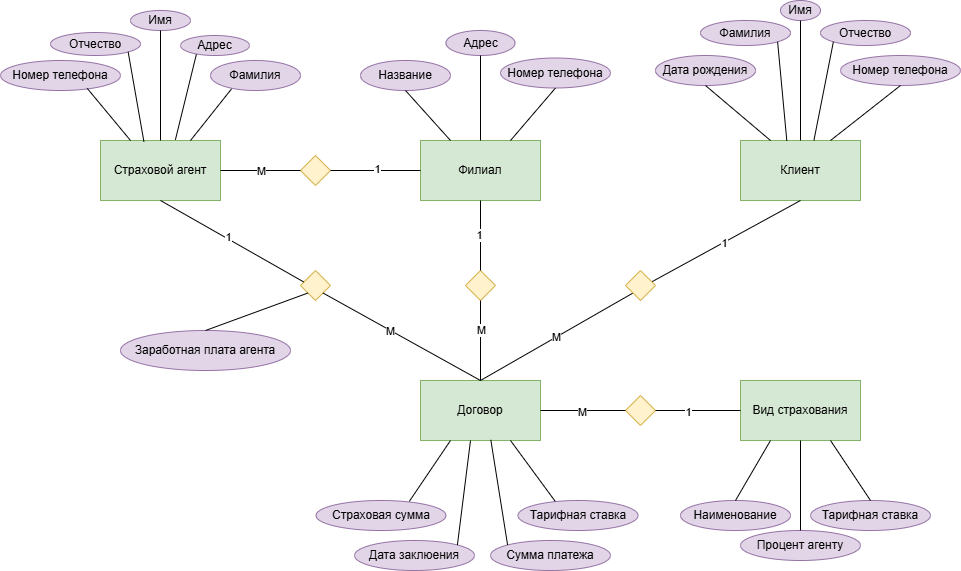
Earlier version of the draw.io export Инфологическая модель.png (Maria-Git2025/-2-). Source tidied: cells renumbered, new cells last; positions are measured from the earlier drawing's top-left corner, leaving out a move shared by most shapes.
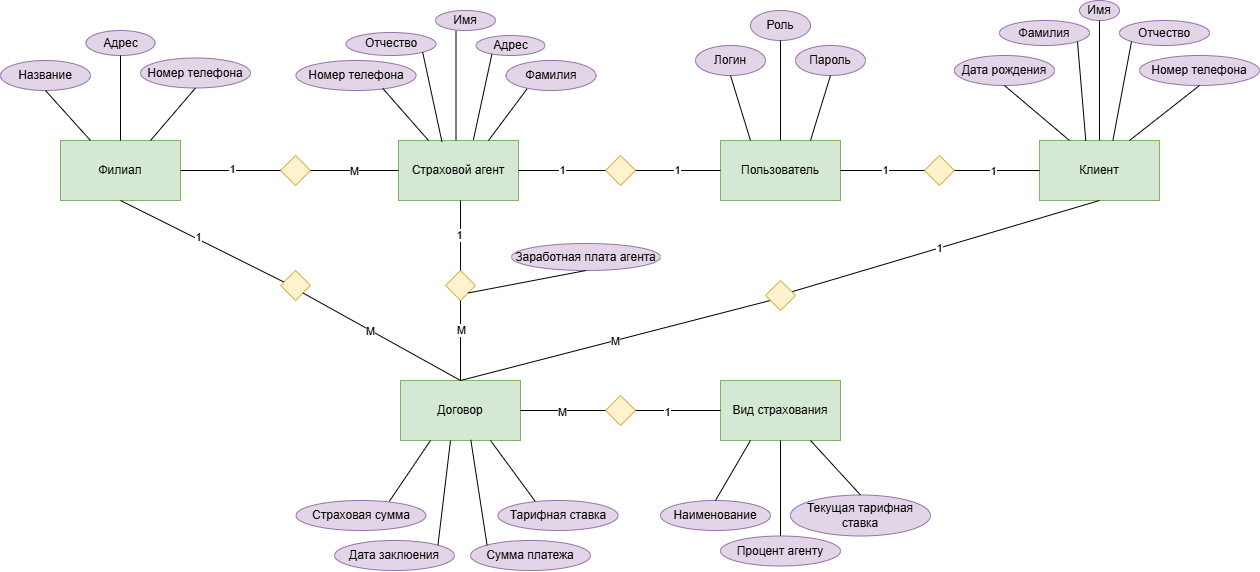
Later version of the same file.

Commit message:
В инфологическую модель добавлен пользователь

The edit, as a diff of the source:
```diff
@@ -3,56 +3,50 @@
     <mxCell id="0" />
     <mxCell id="1" parent="0" />
     <mxCell id="2" value="Филиал" style="rounded=0;whiteSpace=wrap;html=1;fillColor=#d5e8d4;strokeColor=#82b366;" parent="1" vertex="1">
-      <mxGeometry x="420" y="140" width="120" height="60" as="geometry" />
+      <mxGeometry x="-650" y="90" width="120" height="60" as="geometry" />
     </mxCell>
     <mxCell id="3" value="Договор" style="rounded=0;whiteSpace=wrap;html=1;fillColor=#d5e8d4;strokeColor=#82b366;" parent="1" vertex="1">
-      <mxGeometry x="420" y="380" width="120" height="60" as="geometry" />
+      <mxGeometry x="-310" y="330" width="120" height="60" as="geometry" />
     </mxCell>
     <mxCell id="4" value="Страховой агент" style="rounded=0;whiteSpace=wrap;html=1;fillColor=#d5e8d4;strokeColor=#82b366;" parent="1" vertex="1">
-      <mxGeometry x="100" y="140" width="120" height="60" as="geometry" />
+      <mxGeometry x="-312" y="90" width="120" height="60" as="geometry" />
     </mxCell>
     <mxCell id="5" value="Вид страхования" style="rounded=0;whiteSpace=wrap;html=1;fillColor=#d5e8d4;strokeColor=#82b366;" parent="1" vertex="1">
-      <mxGeometry x="740" y="380" width="120" height="60" as="geometry" />
+      <mxGeometry x="10" y="330" width="120" height="60" as="geometry" />
     </mxCell>
     <mxCell id="6" style="rhombus;whiteSpace=wrap;html=1;fillColor=#fff2cc;strokeColor=#d6b656;" parent="1" vertex="1">
-      <mxGeometry x="300" y="155" width="30" height="30" as="geometry" />
+      <mxGeometry x="-430" y="105" width="30" height="30" as="geometry" />
     </mxCell>
     <mxCell id="7" style="rhombus;whiteSpace=wrap;html=1;fillColor=#fff2cc;strokeColor=#d6b656;" parent="1" vertex="1">
-      <mxGeometry x="465" y="270" width="30" height="30" as="geometry" />
+      <mxGeometry x="-265" y="220" width="30" height="30" as="geometry" />
     </mxCell>
     <mxCell id="8" style="rhombus;whiteSpace=wrap;html=1;fillColor=#fff2cc;strokeColor=#d6b656;" parent="1" vertex="1">
-      <mxGeometry x="300" y="270" width="30" height="30" as="geometry" />
+      <mxGeometry x="-430" y="220" width="30" height="30" as="geometry" />
     </mxCell>
     <mxCell id="9" style="rhombus;whiteSpace=wrap;html=1;fillColor=#fff2cc;strokeColor=#d6b656;" parent="1" vertex="1">
-      <mxGeometry x="625" y="395" width="30" height="30" as="geometry" />
+      <mxGeometry x="-105" y="345" width="30" height="30" as="geometry" />
     </mxCell>
-    <mxCell id="10" style="endArrow=none;html=1;rounded=0;exitX=1;exitY=0.5;exitDx=0;exitDy=0;entryX=0;entryY=0.5;entryDx=0;entryDy=0;" parent="1" edge="1" source="12">
-      <mxGeometry relative="1" as="geometry">
-        <mxPoint x="780" y="169.5" as="targetPoint" />
-      </mxGeometry>
-    </mxCell>
-    <mxCell id="11" value="М" style="edgeLabel;html=1;align=center;verticalAlign=middle;" parent="10" vertex="1">
-      <mxGeometry x="0.04" y="2" relative="1" as="geometry">
-        <mxPoint y="1" as="offset" />
-      </mxGeometry>
-    </mxCell>
     <mxCell id="12" value="Клиент" style="rounded=0;whiteSpace=wrap;html=1;fillColor=#d5e8d4;strokeColor=#82b366;" parent="1" vertex="1">
-      <mxGeometry x="740" y="140" width="120" height="60" as="geometry" />
+      <mxGeometry x="329" y="90" width="120" height="60" as="geometry" />
     </mxCell>
-    <mxCell id="13" style="endArrow=none;html=1;rounded=0;exitX=1;exitY=0.5;exitDx=0;exitDy=0;entryX=0;entryY=0.5;entryDx=0;entryDy=0;" parent="1" edge="1" source="4" target="6">
+    <mxCell id="13" style="endArrow=none;html=1;rounded=0;exitX=0;exitY=0.5;exitDx=0;exitDy=0;entryX=1;entryY=0.5;entryDx=0;entryDy=0;" parent="1" edge="1" source="4" target="6">
       <mxGeometry relative="1" as="geometry" />
     </mxCell>
     <mxCell id="14" value="М" style="edgeLabel;html=1;align=center;verticalAlign=middle;" parent="13" vertex="1">
       <mxGeometry x="0.01" relative="1" as="geometry" />
     </mxCell>
-    <mxCell id="15" style="endArrow=none;html=1;rounded=0;exitX=1;exitY=0.5;exitDx=0;exitDy=0;entryX=0;entryY=0.5;entryDx=0;entryDy=0;" parent="1" edge="1" source="6" target="2">
-      <mxGeometry relative="1" as="geometry" />
+    <mxCell id="15" style="endArrow=none;html=1;rounded=0;exitX=1;exitY=0.5;exitDx=0;exitDy=0;" parent="1" edge="1" source="2">
+      <mxGeometry relative="1" as="geometry">
+        <mxPoint x="-430" y="120" as="targetPoint" />
+      </mxGeometry>
     </mxCell>
     <mxCell id="16" value="1" style="edgeLabel;html=1;align=center;verticalAlign=middle;" parent="15" vertex="1">
       <mxGeometry x="0.03" y="2" relative="1" as="geometry" />
     </mxCell>
-    <mxCell id="17" style="endArrow=none;html=1;rounded=0;entryX=0.5;entryY=1;entryDx=0;entryDy=0;exitX=0.5;exitY=0;exitDx=0;exitDy=0;" parent="1" edge="1" source="7" target="2">
-      <mxGeometry relative="1" as="geometry" />
+    <mxCell id="17" style="endArrow=none;html=1;rounded=0;exitX=0.5;exitY=0;exitDx=0;exitDy=0;" parent="1" edge="1" source="7">
+      <mxGeometry relative="1" as="geometry">
+        <mxPoint x="-250" y="150" as="targetPoint" />
+      </mxGeometry>
     </mxCell>
     <mxCell id="18" value="1" style="edgeLabel;html=1;align=center;verticalAlign=middle;" parent="17" vertex="1">
       <mxGeometry x="0.02" y="2" relative="1" as="geometry" />
@@ -65,7 +59,7 @@
         <mxPoint y="-12" as="offset" />
       </mxGeometry>
     </mxCell>
-    <mxCell id="21" style="endArrow=none;html=1;rounded=0;exitX=0.5;exitY=0;exitDx=0;exitDy=0;entryX=0;entryY=1;entryDx=0;entryDy=0;" parent="1" edge="1" source="3" target="26">
+    <mxCell id="21" style="endArrow=none;html=1;rounded=0;exitX=0.5;exitY=0;exitDx=0;exitDy=0;entryX=0.162;entryY=0.666;entryDx=0;entryDy=0;entryPerimeter=0;" parent="1" edge="1" source="3" target="26">
       <mxGeometry relative="1" as="geometry" />
     </mxCell>
     <mxCell id="22" value="М" style="edgeLabel;html=1;align=center;verticalAlign=middle;" parent="21" vertex="1">
@@ -79,13 +73,8 @@
     <mxCell id="24" value="1" style="edgeLabel;html=1;align=center;verticalAlign=middle;" parent="23" vertex="1">
       <mxGeometry x="-0.05" relative="1" as="geometry" />
     </mxCell>
-    <mxCell id="25" style="endArrow=none;html=1;rounded=0;entryX=0.5;entryY=1;entryDx=0;entryDy=0;" parent="1" edge="1" target="26">
-      <mxGeometry relative="1" as="geometry">
-        <mxPoint x="648" y="280" as="sourcePoint" />
-      </mxGeometry>
-    </mxCell>
     <mxCell id="26" style="rhombus;whiteSpace=wrap;html=1;fillColor=#fff2cc;strokeColor=#d6b656;" parent="1" vertex="1">
-      <mxGeometry x="625" y="270" width="30" height="30" as="geometry" />
+      <mxGeometry x="55" y="230" width="30" height="30" as="geometry" />
     </mxCell>
     <mxCell id="27" style="endArrow=none;html=1;rounded=0;entryX=1;entryY=1;entryDx=0;entryDy=0;exitX=0.5;exitY=0;exitDx=0;exitDy=0;" parent="1" edge="1" source="3" target="8">
       <mxGeometry relative="1" as="geometry" />
@@ -95,7 +84,7 @@
         <mxPoint x="-1" as="offset" />
       </mxGeometry>
     </mxCell>
-    <mxCell id="29" style="endArrow=none;html=1;rounded=0;entryX=0.5;entryY=1;entryDx=0;entryDy=0;exitX=0.104;exitY=0.38;exitDx=0;exitDy=0;exitPerimeter=0;" parent="1" edge="1" source="8" target="4">
+    <mxCell id="29" style="endArrow=none;html=1;rounded=0;entryX=0.5;entryY=1;entryDx=0;entryDy=0;exitX=0.104;exitY=0.38;exitDx=0;exitDy=0;exitPerimeter=0;" parent="1" edge="1" source="8" target="2">
       <mxGeometry relative="1" as="geometry" />
     </mxCell>
     <mxCell id="30" value="1" style="edgeLabel;html=1;align=center;verticalAlign=middle;" parent="29" vertex="1">
@@ -114,64 +103,61 @@
       <mxGeometry x="-0.26" y="-1" relative="1" as="geometry" />
     </mxCell>
     <mxCell id="35" value="Наименование" style="ellipse;whiteSpace=wrap;html=1;fillColor=#e1d5e7;strokeColor=#9673a6;" parent="1" vertex="1">
-      <mxGeometry x="680" y="500" width="110" height="30" as="geometry" />
+      <mxGeometry x="-50" y="450" width="110" height="30" as="geometry" />
     </mxCell>
     <mxCell id="36" value="Адрес" style="ellipse;whiteSpace=wrap;html=1;fillColor=#e1d5e7;strokeColor=#9673a6;" parent="1" vertex="1">
-      <mxGeometry x="445.5" y="30" width="69" height="25" as="geometry" />
+      <mxGeometry x="-624.5" y="-20" width="69" height="25" as="geometry" />
     </mxCell>
     <mxCell id="37" value="Номер телефона" style="ellipse;whiteSpace=wrap;html=1;fillColor=#e1d5e7;strokeColor=#9673a6;" parent="1" vertex="1">
-      <mxGeometry x="500" y="57.5" width="110" height="30" as="geometry" />
+      <mxGeometry x="-570" y="7.5" width="110" height="30" as="geometry" />
     </mxCell>
     <mxCell id="38" value="Фамилия" style="ellipse;whiteSpace=wrap;html=1;fillColor=#e1d5e7;strokeColor=#9673a6;" parent="1" vertex="1">
-      <mxGeometry x="700" y="20" width="90" height="25" as="geometry" />
+      <mxGeometry x="289" y="-30" width="90" height="25" as="geometry" />
     </mxCell>
     <mxCell id="39" value="Имя" style="ellipse;whiteSpace=wrap;html=1;fillColor=#e1d5e7;strokeColor=#9673a6;" parent="1" vertex="1">
-      <mxGeometry x="780" width="40" height="20" as="geometry" />
+      <mxGeometry x="369" y="-50" width="40" height="20" as="geometry" />
     </mxCell>
     <mxCell id="40" value="Отчество" style="ellipse;whiteSpace=wrap;html=1;fillColor=#e1d5e7;strokeColor=#9673a6;" parent="1" vertex="1">
-      <mxGeometry x="50" y="32" width="90" height="23" as="geometry" />
+      <mxGeometry x="-364.5" y="-18" width="90" height="23" as="geometry" />
     </mxCell>
     <mxCell id="41" value="Фамилия" style="ellipse;whiteSpace=wrap;html=1;fillColor=#e1d5e7;strokeColor=#9673a6;" parent="1" vertex="1">
-      <mxGeometry x="210" y="60" width="90" height="30" as="geometry" />
+      <mxGeometry x="-204.5" y="10" width="90" height="30" as="geometry" />
     </mxCell>
     <mxCell id="42" value="Имя" style="ellipse;whiteSpace=wrap;html=1;fillColor=#e1d5e7;strokeColor=#9673a6;" parent="1" vertex="1">
-      <mxGeometry x="130" y="10" width="60" height="20" as="geometry" />
+      <mxGeometry x="-275" y="-40" width="60" height="20" as="geometry" />
     </mxCell>
     <mxCell id="43" value="Отчество" style="ellipse;whiteSpace=wrap;html=1;fillColor=#e1d5e7;strokeColor=#9673a6;" parent="1" vertex="1">
-      <mxGeometry x="820" y="20" width="90" height="25" as="geometry" />
+      <mxGeometry x="409" y="-30" width="90" height="25" as="geometry" />
     </mxCell>
     <mxCell id="44" value="Дата рождения" style="ellipse;whiteSpace=wrap;html=1;fillColor=#e1d5e7;strokeColor=#9673a6;" parent="1" vertex="1">
-      <mxGeometry x="655" y="55" width="100" height="30" as="geometry" />
+      <mxGeometry x="244" y="5" width="100" height="30" as="geometry" />
     </mxCell>
     <mxCell id="45" value="Номер телефона" style="ellipse;whiteSpace=wrap;html=1;fillColor=#e1d5e7;strokeColor=#9673a6;" parent="1" vertex="1">
-      <mxGeometry y="60" width="120" height="30" as="geometry" />
+      <mxGeometry x="-414.5" y="10" width="120" height="30" as="geometry" />
     </mxCell>
     <mxCell id="46" value="Номер телефона" style="ellipse;whiteSpace=wrap;html=1;fillColor=#e1d5e7;strokeColor=#9673a6;" parent="1" vertex="1">
-      <mxGeometry x="840" y="55" width="120" height="30" as="geometry" />
+      <mxGeometry x="429" y="5" width="120" height="30" as="geometry" />
     </mxCell>
     <mxCell id="47" value="Адрес" style="ellipse;whiteSpace=wrap;html=1;fillColor=#e1d5e7;strokeColor=#9673a6;" parent="1" vertex="1">
-      <mxGeometry x="180" y="35" width="69" height="20" as="geometry" />
+      <mxGeometry x="-234.5" y="-15" width="69" height="20" as="geometry" />
     </mxCell>
     <mxCell id="48" value="Дата заклюения" style="ellipse;whiteSpace=wrap;html=1;fillColor=#e1d5e7;strokeColor=#9673a6;" parent="1" vertex="1">
-      <mxGeometry x="354" y="540" width="120" height="30" as="geometry" />
+      <mxGeometry x="-376" y="490" width="120" height="30" as="geometry" />
     </mxCell>
     <mxCell id="49" value="Страховая сумма" style="ellipse;whiteSpace=wrap;html=1;fillColor=#e1d5e7;strokeColor=#9673a6;" parent="1" vertex="1">
-      <mxGeometry x="315.5" y="500" width="130" height="30" as="geometry" />
+      <mxGeometry x="-414.5" y="450" width="130" height="30" as="geometry" />
     </mxCell>
-    <mxCell id="50" value="Тарифная ставка" style="ellipse;whiteSpace=wrap;html=1;fillColor=#e1d5e7;strokeColor=#9673a6;" parent="1" vertex="1">
-      <mxGeometry x="810" y="500" width="120" height="30" as="geometry" />
-    </mxCell>
     <mxCell id="51" value="Сумма платежа" style="ellipse;whiteSpace=wrap;html=1;fillColor=#e1d5e7;strokeColor=#9673a6;" parent="1" vertex="1">
-      <mxGeometry x="490" y="540" width="120" height="30" as="geometry" />
+      <mxGeometry x="-240" y="490" width="120" height="30" as="geometry" />
     </mxCell>
     <mxCell id="52" value="Название" style="ellipse;whiteSpace=wrap;html=1;fillColor=#e1d5e7;strokeColor=#9673a6;" parent="1" vertex="1">
-      <mxGeometry x="360" y="60" width="90" height="30" as="geometry" />
+      <mxGeometry x="-710" y="10" width="90" height="30" as="geometry" />
     </mxCell>
     <mxCell id="53" value="Тарифная ставка" style="ellipse;whiteSpace=wrap;html=1;fillColor=#e1d5e7;strokeColor=#9673a6;" parent="1" vertex="1">
-      <mxGeometry x="517.5" y="500" width="120" height="30" as="geometry" />
+      <mxGeometry x="-212.5" y="450" width="120" height="30" as="geometry" />
     </mxCell>
     <mxCell id="54" value="Процент агенту" style="ellipse;whiteSpace=wrap;html=1;fillColor=#e1d5e7;strokeColor=#9673a6;" parent="1" vertex="1">
-      <mxGeometry x="740" y="530" width="120" height="30" as="geometry" />
+      <mxGeometry x="10" y="485.5" width="120" height="30" as="geometry" />
     </mxCell>
     <mxCell id="55" style="endArrow=none;html=1;rounded=0;entryX=0.5;entryY=1;entryDx=0;entryDy=0;exitX=0.5;exitY=0;exitDx=0;exitDy=0;" parent="1" edge="1" source="2" target="36">
       <mxGeometry relative="1" as="geometry" />
@@ -197,9 +183,10 @@
     <mxCell id="62" style="endArrow=none;html=1;rounded=0;entryX=0.5;entryY=1;entryDx=0;entryDy=0;exitX=0.75;exitY=0;exitDx=0;exitDy=0;" parent="1" edge="1" source="12" target="46">
       <mxGeometry relative="1" as="geometry" />
     </mxCell>
-    <mxCell id="63" style="endArrow=none;html=1;rounded=0;entryX=0.5;entryY=1;entryDx=0;entryDy=0;" parent="1" edge="1" target="42">
+    <mxCell id="63" style="endArrow=none;html=1;rounded=0;entryX=0.5;entryY=1;entryDx=0;entryDy=0;" parent="1" edge="1">
       <mxGeometry relative="1" as="geometry">
-        <mxPoint x="160" y="140" as="sourcePoint" />
+        <mxPoint x="-254.5" y="90" as="sourcePoint" />
+        <mxPoint x="-254.5" y="-20" as="targetPoint" />
       </mxGeometry>
     </mxCell>
     <mxCell id="64" style="endArrow=none;html=1;rounded=0;entryX=1;entryY=1;entryDx=0;entryDy=0;exitX=0.362;exitY=0.021;exitDx=0;exitDy=0;exitPerimeter=0;" parent="1" edge="1" source="4" target="40">
@@ -220,12 +207,9 @@
     <mxCell id="69" style="endArrow=none;html=1;rounded=0;exitX=0.5;exitY=0;exitDx=0;exitDy=0;entryX=0.25;entryY=1;entryDx=0;entryDy=0;" parent="1" edge="1" source="35" target="5">
       <mxGeometry relative="1" as="geometry" />
     </mxCell>
-    <mxCell id="70" style="endArrow=none;html=1;rounded=0;entryX=0.5;entryY=0;entryDx=0;entryDy=0;exitX=0.75;exitY=1;exitDx=0;exitDy=0;" parent="1" edge="1" source="5" target="50">
-      <mxGeometry relative="1" as="geometry" />
-    </mxCell>
     <mxCell id="71" style="endArrow=none;html=1;rounded=0;exitX=1;exitY=0;exitDx=0;exitDy=0;" parent="1" edge="1" source="48">
       <mxGeometry relative="1" as="geometry">
-        <mxPoint x="470" y="440" as="targetPoint" />
+        <mxPoint x="-260" y="390" as="targetPoint" />
       </mxGeometry>
     </mxCell>
     <mxCell id="72" style="endArrow=none;html=1;rounded=0;exitX=0;exitY=0;exitDx=0;exitDy=0;entryX=0.586;entryY=0.99;entryDx=0;entryDy=0;entryPerimeter=0;" parent="1" edge="1" source="51" target="3">
@@ -238,10 +222,71 @@
       <mxGeometry relative="1" as="geometry" />
     </mxCell>
     <mxCell id="75" value="Заработная плата агента" style="ellipse;whiteSpace=wrap;html=1;fillColor=#e1d5e7;strokeColor=#9673a6;" parent="1" vertex="1">
-      <mxGeometry x="120" y="330" width="170" height="40" as="geometry" />
+      <mxGeometry x="-199" y="193" width="149" height="27" as="geometry" />
     </mxCell>
-    <mxCell id="76" style="endArrow=none;html=1;rounded=0;exitX=0.5;exitY=0;exitDx=0;exitDy=0;entryX=0;entryY=1;entryDx=0;entryDy=0;" parent="1" edge="1" source="75" target="8">
+    <mxCell id="76" style="endArrow=none;html=1;rounded=0;exitX=0.5;exitY=1;exitDx=0;exitDy=0;entryX=1;entryY=1;entryDx=0;entryDy=0;" parent="1" edge="1" source="75" target="7">
       <mxGeometry relative="1" as="geometry" />
     </mxCell>
+    <mxCell id="77" value="Текущая тарифная ставка" style="ellipse;whiteSpace=wrap;html=1;fillColor=#e1d5e7;strokeColor=#9673a6;" parent="1" vertex="1">
+      <mxGeometry x="80" y="444.5" width="140" height="41" as="geometry" />
+    </mxCell>
+    <mxCell id="78" style="endArrow=none;html=1;rounded=0;entryX=0.5;entryY=0;entryDx=0;entryDy=0;exitX=0.75;exitY=1;exitDx=0;exitDy=0;" parent="1" edge="1" target="77">
+      <mxGeometry relative="1" as="geometry">
+        <mxPoint x="100" y="390" as="sourcePoint" />
+      </mxGeometry>
+    </mxCell>
+    <mxCell id="79" value="Пользователь" style="rounded=0;whiteSpace=wrap;html=1;fillColor=#d5e8d4;strokeColor=#82b366;" parent="1" vertex="1">
+      <mxGeometry x="10" y="90" width="120" height="60" as="geometry" />
+    </mxCell>
+    <mxCell id="80" style="rhombus;whiteSpace=wrap;html=1;fillColor=#fff2cc;strokeColor=#d6b656;" parent="1" vertex="1">
+      <mxGeometry x="-105" y="105" width="30" height="30" as="geometry" />
+    </mxCell>
+    <mxCell id="81" style="rhombus;whiteSpace=wrap;html=1;fillColor=#fff2cc;strokeColor=#d6b656;" parent="1" vertex="1">
+      <mxGeometry x="214" y="105" width="30" height="30" as="geometry" />
+    </mxCell>
+    <mxCell id="82" style="endArrow=none;html=1;rounded=0;entryX=0;entryY=0.5;entryDx=0;entryDy=0;exitX=1;exitY=0.5;exitDx=0;exitDy=0;" parent="1" edge="1" source="80" target="79">
+      <mxGeometry relative="1" as="geometry" />
+    </mxCell>
+    <mxCell id="83" value="1" style="edgeLabel;html=1;align=center;verticalAlign=middle;" parent="82" vertex="1">
+      <mxGeometry x="-0.03" y="1" relative="1" as="geometry" />
+    </mxCell>
+    <mxCell id="84" style="endArrow=none;html=1;rounded=0;exitX=1;exitY=0.5;exitDx=0;exitDy=0;entryX=0;entryY=0.5;entryDx=0;entryDy=0;" parent="1" edge="1" source="4" target="80">
+      <mxGeometry relative="1" as="geometry" />
+    </mxCell>
+    <mxCell id="85" value="1" style="edgeLabel;html=1;align=center;verticalAlign=middle;" parent="84" vertex="1">
+      <mxGeometry x="-0.01" y="1" relative="1" as="geometry" />
+    </mxCell>
+    <mxCell id="86" style="endArrow=none;html=1;rounded=0;entryX=0;entryY=0.5;entryDx=0;entryDy=0;exitX=1;exitY=0.5;exitDx=0;exitDy=0;" parent="1" edge="1" source="79" target="81">
+      <mxGeometry relative="1" as="geometry" />
+    </mxCell>
+    <mxCell id="87" value="1" style="edgeLabel;html=1;align=center;verticalAlign=middle;" parent="86" vertex="1">
+      <mxGeometry x="0.06" y="1" relative="1" as="geometry" />
+    </mxCell>
+    <mxCell id="88" style="endArrow=none;html=1;rounded=0;entryX=0;entryY=0.5;entryDx=0;entryDy=0;exitX=1;exitY=0.5;exitDx=0;exitDy=0;" parent="1" edge="1" source="81" target="12">
+      <mxGeometry relative="1" as="geometry" />
+    </mxCell>
+    <mxCell id="89" value="1" style="edgeLabel;html=1;align=center;verticalAlign=middle;" parent="88" vertex="1">
+      <mxGeometry x="-0.1" y="2" relative="1" as="geometry">
+        <mxPoint y="2" as="offset" />
+      </mxGeometry>
+    </mxCell>
+    <mxCell id="90" value="Логин" style="ellipse;whiteSpace=wrap;html=1;fillColor=#e1d5e7;strokeColor=#9673a6;" parent="1" vertex="1">
+      <mxGeometry x="-15" y="-5" width="70" height="30" as="geometry" />
+    </mxCell>
+    <mxCell id="91" value="Пароль" style="ellipse;whiteSpace=wrap;html=1;fillColor=#e1d5e7;strokeColor=#9673a6;" parent="1" vertex="1">
+      <mxGeometry x="85" y="-5" width="70" height="30" as="geometry" />
+    </mxCell>
+    <mxCell id="92" value="Роль" style="ellipse;whiteSpace=wrap;html=1;fillColor=#e1d5e7;strokeColor=#9673a6;" parent="1" vertex="1">
+      <mxGeometry x="40" y="-40" width="60" height="30" as="geometry" />
+    </mxCell>
+    <mxCell id="93" style="endArrow=none;html=1;rounded=0;entryX=0.5;entryY=1;entryDx=0;entryDy=0;exitX=0.5;exitY=0;exitDx=0;exitDy=0;" parent="1" edge="1" source="79" target="92">
+      <mxGeometry relative="1" as="geometry" />
+    </mxCell>
+    <mxCell id="94" style="endArrow=none;html=1;rounded=0;entryX=0.5;entryY=1;entryDx=0;entryDy=0;exitX=0.25;exitY=0;exitDx=0;exitDy=0;" parent="1" edge="1" source="79" target="90">
+      <mxGeometry relative="1" as="geometry" />
+    </mxCell>
+    <mxCell id="95" style="endArrow=none;html=1;rounded=0;entryX=0.5;entryY=1;entryDx=0;entryDy=0;exitX=0.75;exitY=0;exitDx=0;exitDy=0;" parent="1" edge="1" source="79" target="91">
+      <mxGeometry relative="1" as="geometry" />
+    </mxCell>
   </root>
 </mxGraphModel>
```
